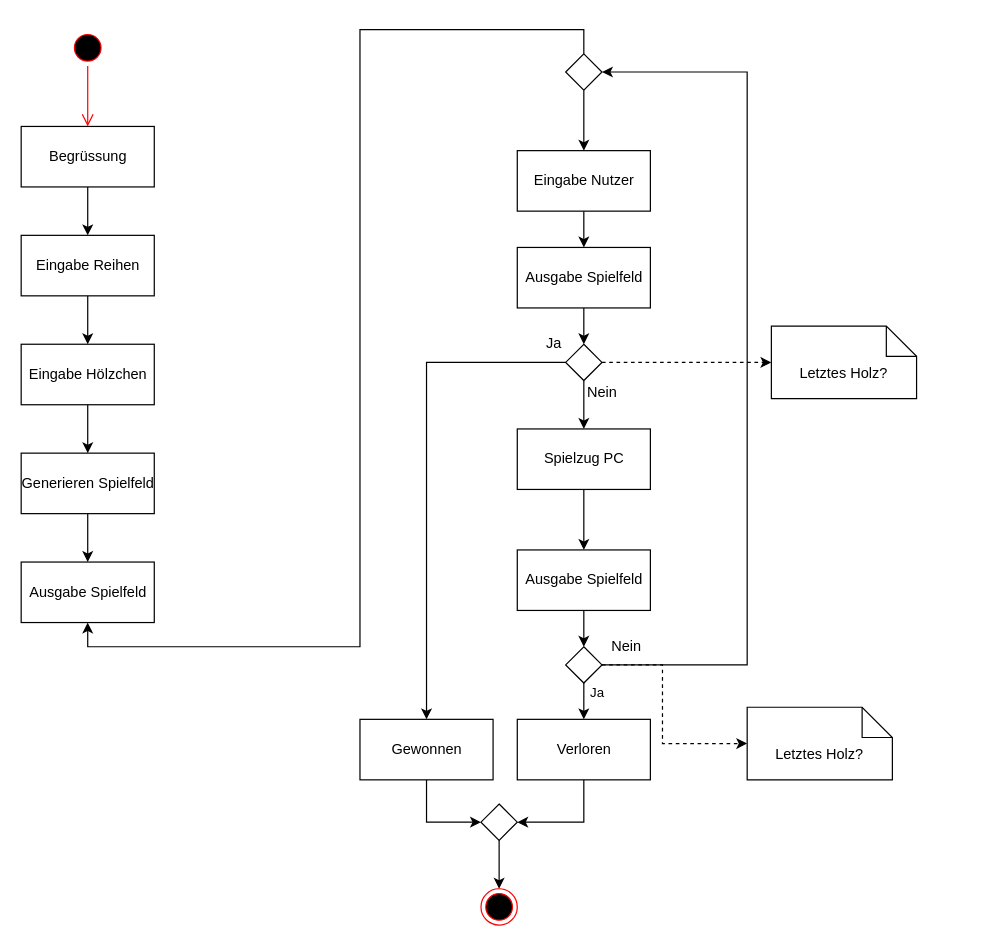
mmichel2/HFIE keeps this draw.io diagram as UML_Nim_Game.drawio. Above is the earlier version. Source tidied: cells renumbered, new cells numbered last; positions are measured from the earlier drawing's top-left corner, leaving out a move shared by most shapes. Both pictures are drawn from the tidied source at 121%, with x=0, y=0 at pixel (21, 29).
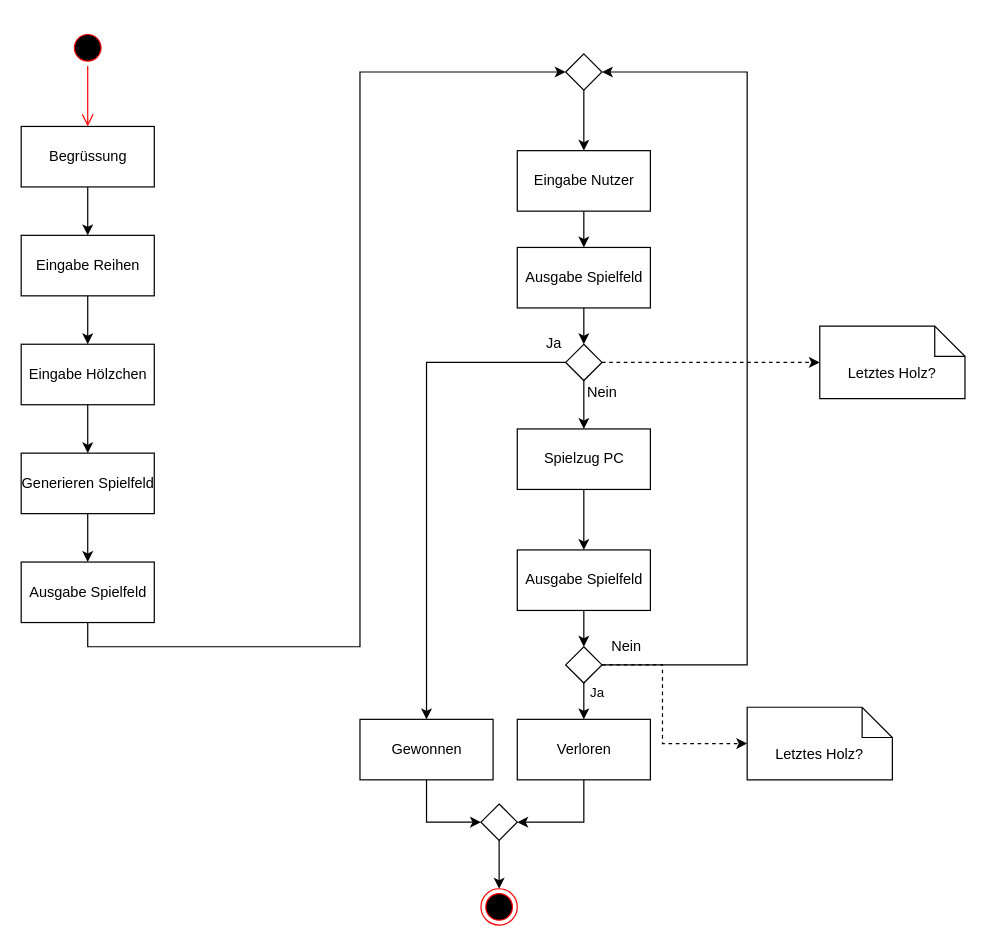
Above is the later version.

Unchanged cells that the change refers to:
```xml
<mxCell id="12" value="Ausgabe Spielfeld" style="html=1;" parent="1" vertex="1">
  <mxGeometry y="440" width="110" height="50" as="geometry" />
</mxCell>
<mxCell id="19" style="rhombus;" parent="1" vertex="1">
  <mxGeometry x="450" y="20" width="30" height="30" as="geometry" />
</mxCell>
```

Diff of the diagram source:
```diff
@@
+    <mxCell id="45" style="edgeStyle=orthogonalEdgeStyle;rounded=0;jettySize=auto;html=1;entryX=0;entryY=0.5;entryDx=0;entryDy=0;exitX=0.5;exitY=1;exitDx=0;exitDy=0;" parent="1" edge="1" source="12" target="19">
+      <mxGeometry relative="1" as="geometry" />
+    </mxCell>
@@
-    <mxCell id="17" style="edgeStyle=orthogonalEdgeStyle;rounded=0;jettySize=auto;html=1;entryX=0.5;entryY=1;entryDx=0;entryDy=0;exitX=0.5;exitY=0;exitDx=0;exitDy=0;" parent="1" edge="1" source="19" target="12">
-      <mxGeometry relative="1" as="geometry" />
-    </mxCell>
@@
     <mxCell id="42" value="Letztes Holz?" style="shape=note2;boundedLbl=1;whiteSpace=wrap;html=1;size=25;verticalAlign=top;align=center;" parent="1" vertex="1">
-      <mxGeometry x="620" y="245" width="120" height="60" as="geometry" />
+      <mxGeometry x="660" y="245" width="120" height="60" as="geometry" />
     </mxCell>
```
